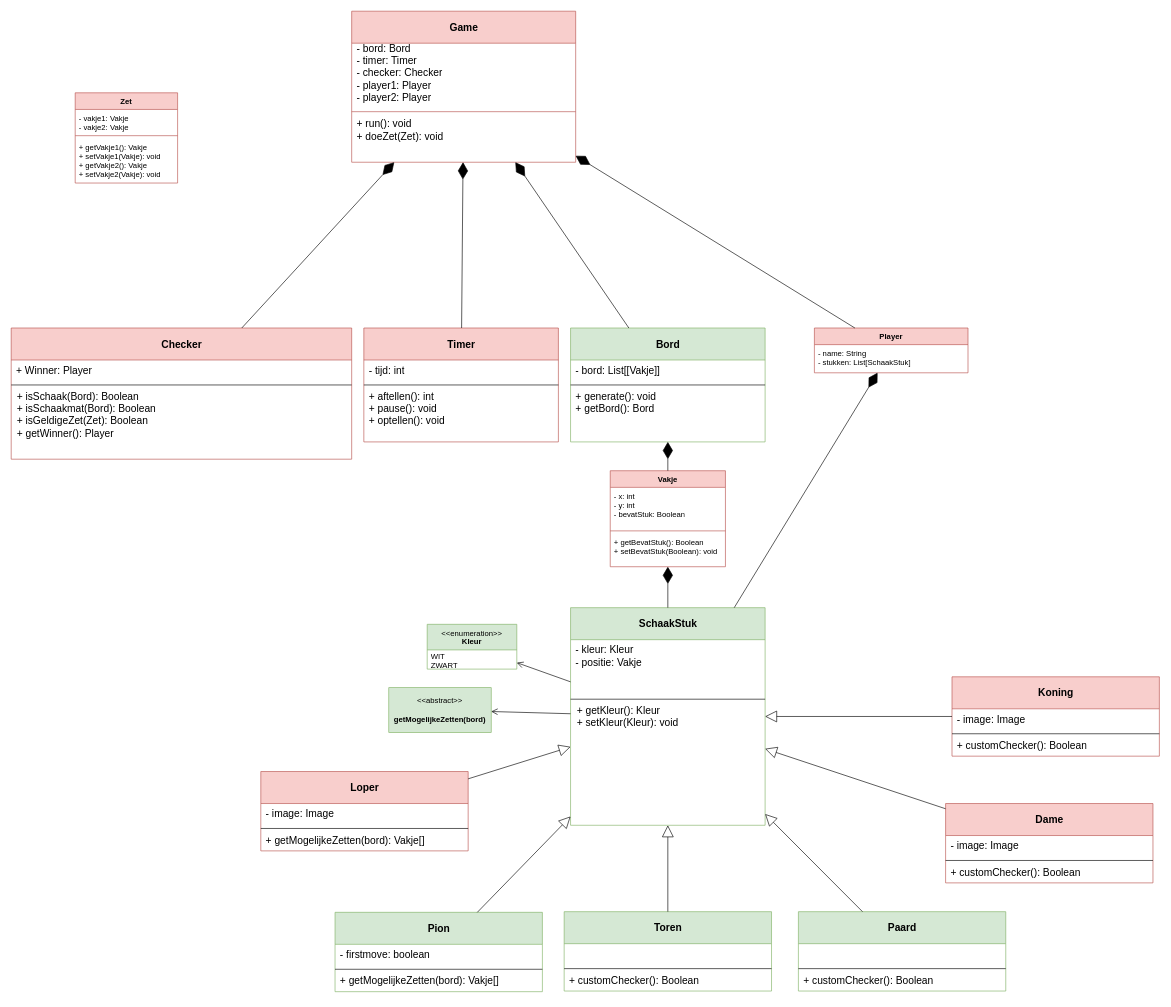
Earlier version of the draw.io diagram Class_diagram.drawio (yero213/java-chess). Source tidied: cells renumbered, new cells numbered last; positions are measured from the earlier drawing's top-left corner, leaving out a move shared by most shapes. Both pictures are drawn from the tidied source at 64%, with x=0, y=0 at pixel (11, 11).
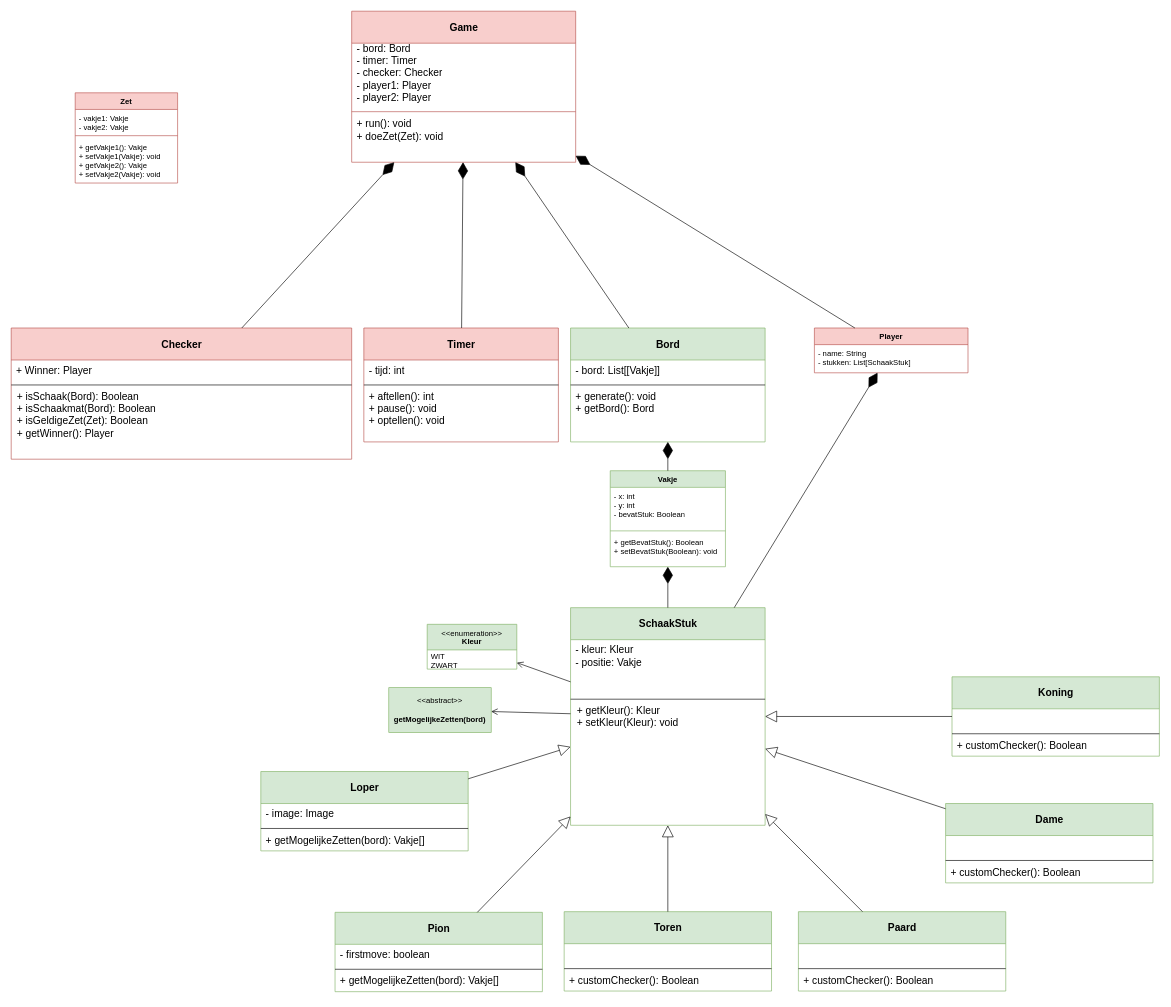
The same page after the edit.

The edit, as a diff of the source:
```diff
@@
-    <mxCell id="30" value="Koning" style="swimlane;fontStyle=1;align=center;verticalAlign=middle;startSize=50;horizontal=1;html=1;fontSize=16;fillColor=#f8cecc;strokeColor=#b85450;" parent="1" vertex="1">
+    <mxCell id="30" value="Koning" style="swimlane;fontStyle=1;align=center;verticalAlign=middle;startSize=50;horizontal=1;html=1;fontSize=16;fillColor=#d5e8d4;strokeColor=#82b366;" parent="1" vertex="1">
       <mxGeometry x="1470" y="1040" width="324" height="124" as="geometry" />
     </mxCell>
-    <mxCell id="31" value="- image: Image" style="text;strokeColor=none;fillColor=none;align=left;verticalAlign=top;spacingLeft=6;overflow=hidden;whiteSpace=wrap;html=0;fontSize=16;" parent="30" vertex="1">
-      <mxGeometry y="50" width="324" height="37" as="geometry" />
-    </mxCell>
@@
-    <mxCell id="34" value="Loper" style="swimlane;fontStyle=1;align=center;verticalAlign=middle;startSize=50;horizontal=1;html=1;fontSize=16;fillColor=#f8cecc;strokeColor=#b85450;" parent="1" vertex="1">
+    <mxCell id="34" value="Loper" style="swimlane;fontStyle=1;align=center;verticalAlign=middle;startSize=50;horizontal=1;html=1;fontSize=16;fillColor=#d5e8d4;strokeColor=#82b366;" parent="1" vertex="1">
       <mxGeometry x="390" y="1188" width="324" height="124" as="geometry" />
     </mxCell>
@@
-    <mxCell id="45" value="Dame" style="swimlane;fontStyle=1;align=center;verticalAlign=middle;startSize=50;horizontal=1;html=1;fontSize=16;fillColor=#f8cecc;strokeColor=#b85450;" parent="1" vertex="1">
+    <mxCell id="45" value="Dame" style="swimlane;fontStyle=1;align=center;verticalAlign=middle;startSize=50;horizontal=1;html=1;fontSize=16;fillColor=#d5e8d4;strokeColor=#82b366;" parent="1" vertex="1">
       <mxGeometry x="1460" y="1238" width="324" height="124" as="geometry" />
     </mxCell>
-    <mxCell id="46" value="- image: Image" style="text;strokeColor=none;fillColor=none;align=left;verticalAlign=top;spacingLeft=6;overflow=hidden;whiteSpace=wrap;html=0;fontSize=16;" parent="45" vertex="1">
-      <mxGeometry y="50" width="324" height="37" as="geometry" />
-    </mxCell>
@@
-    <mxCell id="61" value="Vakje" style="swimlane;fontStyle=1;align=center;verticalAlign=top;horizontal=1;startSize=26;whiteSpace=wrap;html=1;fillColor=#f8cecc;strokeColor=#b85450;" parent="1" vertex="1">
+    <mxCell id="61" value="Vakje" style="swimlane;fontStyle=1;align=center;verticalAlign=top;horizontal=1;startSize=26;whiteSpace=wrap;html=1;fillColor=#d5e8d4;strokeColor=#82b366;" parent="1" vertex="1">
       <mxGeometry x="936" y="718" width="180" height="150" as="geometry" />
     </mxCell>
```
